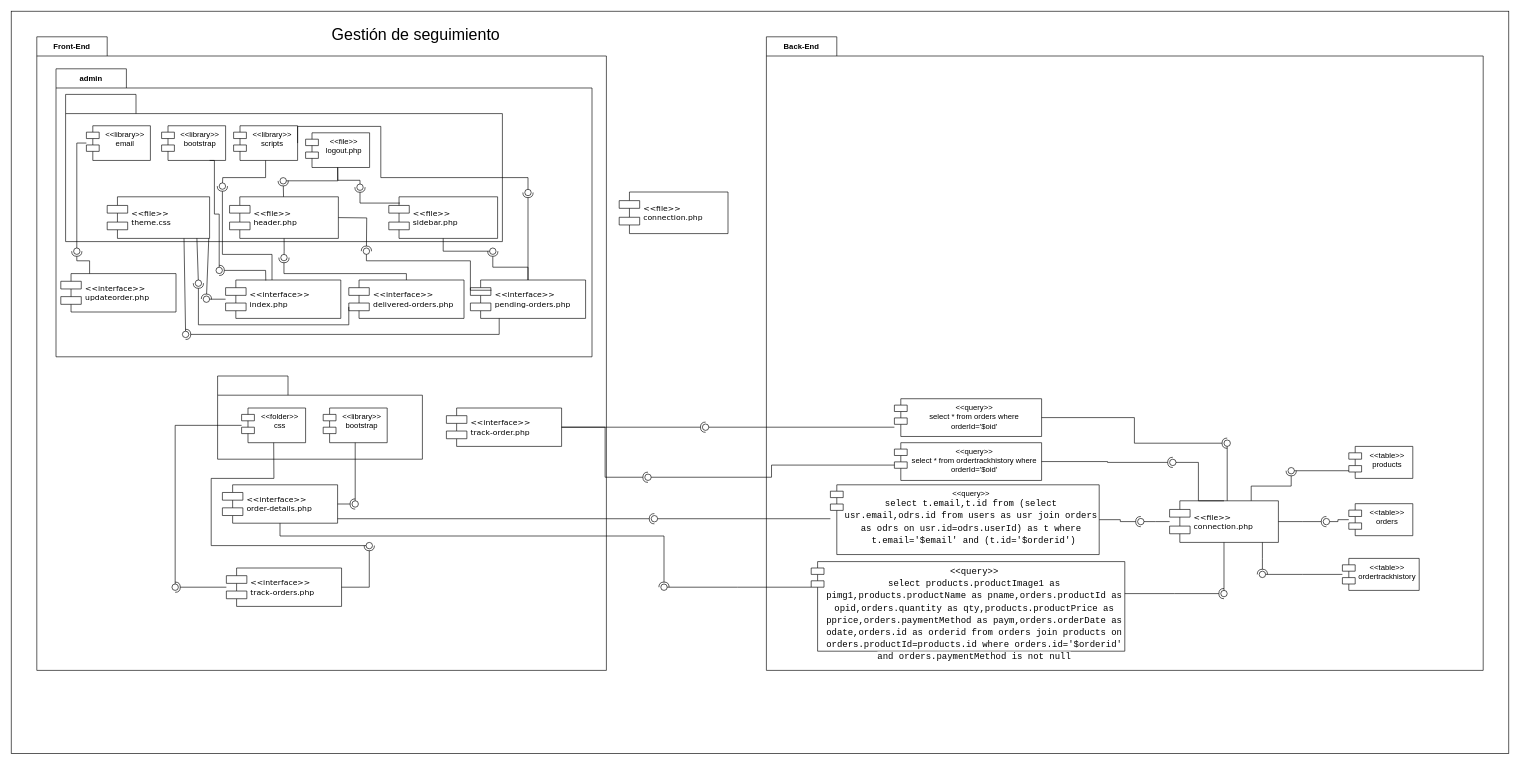
Earlier version of the draw.io diagram Diagramas/DiagramaNuevoJorge.drawio (JorgeADnro/Torres). Source tidied: cells renumbered, new cells numbered last; positions are measured from the earlier drawing's top-left corner, leaving out a move shared by most shapes. Both pictures are drawn from the tidied source at 64%, with x=0, y=0 at pixel (11, 11).
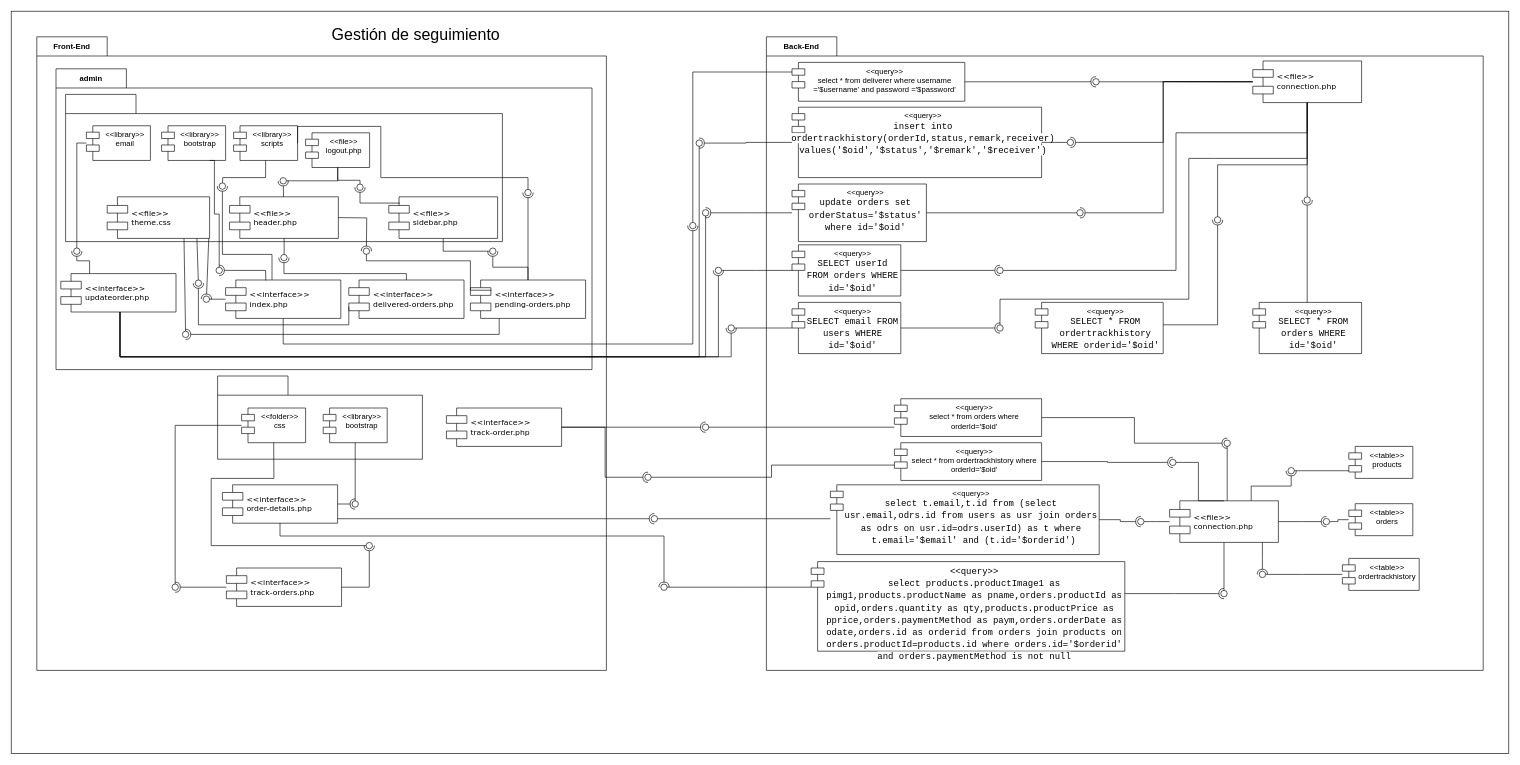
Above is the later version.

The change refers to these unchanged cells:
```xml
<mxCell id="10" value="&amp;lt;&amp;lt;interface&amp;gt;&amp;gt;&lt;br&gt;index.php" style="shape=component;align=left;spacingLeft=36;rounded=0;shadow=0;comic=0;labelBackgroundColor=none;strokeWidth=1;fontFamily=Verdana;fontSize=12;html=1;" parent="1" vertex="1">
  <mxGeometry x="335" y="420" width="180" height="60" as="geometry" />
</mxCell>
<mxCell id="23" value="&amp;lt;&amp;lt;interface&amp;gt;&amp;gt;&lt;br&gt;updateorder.php" style="shape=component;align=left;spacingLeft=36;rounded=0;shadow=0;comic=0;labelBackgroundColor=none;strokeWidth=1;fontFamily=Verdana;fontSize=12;html=1;" parent="1" vertex="1">
  <mxGeometry x="77.5" y="410" width="180" height="60" as="geometry" />
</mxCell>
```

Diff of the diagram source:
```diff
@@
     <mxCell id="6" value="admin" style="shape=folder;fontStyle=1;tabWidth=110;tabHeight=30;tabPosition=left;html=1;boundedLbl=1;labelInHeader=1;whiteSpace=wrap;" parent="1" vertex="1">
-      <mxGeometry x="70" y="90" width="837.5" height="450" as="geometry" />
+      <mxGeometry x="70" y="90" width="837.5" height="470" as="geometry" />
     </mxCell>
@@
-    <mxCell id="20" value="&amp;lt;&amp;lt;file&amp;gt;&amp;gt;&lt;br&gt;connection.php" style="shape=component;align=left;spacingLeft=36;rounded=0;shadow=0;comic=0;labelBackgroundColor=none;strokeWidth=1;fontFamily=Verdana;fontSize=12;html=1;" parent="1" vertex="1">
-      <mxGeometry x="950" y="282.5" width="170" height="65" as="geometry" />
-    </mxCell>
@@
+    <mxCell id="20" value="&amp;lt;&amp;lt;file&amp;gt;&amp;gt;&lt;br&gt;connection.php" style="shape=component;align=left;spacingLeft=36;rounded=0;shadow=0;comic=0;labelBackgroundColor=none;strokeWidth=1;fontFamily=Verdana;fontSize=12;html=1;" parent="1" vertex="1">
+      <mxGeometry x="1940" y="77.8" width="170" height="65" as="geometry" />
+    </mxCell>
+    <mxCell id="121" value="&amp;lt;&amp;lt;query&amp;gt;&amp;gt;&lt;br&gt;select * from deliverer where username ='$username' and password ='$password'" style="shape=module;align=left;spacingLeft=20;align=center;verticalAlign=top;whiteSpace=wrap;html=1;" parent="1" vertex="1">
+      <mxGeometry x="1220" y="80" width="270" height="60.7" as="geometry" />
+    </mxCell>
+    <mxCell id="122" style="rounded=0;jettySize=auto;html=1;endArrow=halfCircle;endFill=0;endSize=6;strokeWidth=1;sketch=0;edgeStyle=elbowEdgeStyle;elbow=vertical;" parent="1" edge="1" source="10" target="124">
+      <mxGeometry relative="1" as="geometry">
+        <Array as="points">
+          <mxPoint x="740" y="520" />
+        </Array>
+      </mxGeometry>
+    </mxCell>
+    <mxCell id="123" style="rounded=0;jettySize=auto;html=1;endArrow=oval;endFill=0;sketch=0;sourcePerimeterSpacing=0;targetPerimeterSpacing=0;endSize=10;edgeStyle=elbowEdgeStyle;elbow=vertical;exitX=0;exitY=0;exitDx=0;exitDy=15;exitPerimeter=0;" parent="1" edge="1" source="121" target="124">
+      <mxGeometry relative="1" as="geometry">
+        <Array as="points">
+          <mxPoint x="1240" y="95" />
+        </Array>
+      </mxGeometry>
+    </mxCell>
+    <mxCell id="124" style="ellipse;whiteSpace=wrap;html=1;align=center;fillColor=none;strokeColor=none;perimeter=centerPerimeter;points=[];outlineConnect=1;" parent="1" vertex="1">
+      <mxGeometry x="1060" y="330" width="10" height="10" as="geometry" />
+    </mxCell>
+    <mxCell id="125" value="&amp;lt;&amp;lt;query&amp;gt;&amp;gt;&lt;br&gt;&lt;div style=&quot;font-family: Consolas, &amp;quot;Courier New&amp;quot;, monospace; font-size: 14px; line-height: 19px;&quot;&gt;&lt;span style=&quot;background-color: rgb(255, 255, 255);&quot;&gt;insert into ordertrackhistory(orderId,status,remark,receiver) values('$oid','$status','$remark','$receiver')&lt;/span&gt;&lt;/div&gt;" style="shape=module;align=left;spacingLeft=20;align=center;verticalAlign=top;whiteSpace=wrap;html=1;" parent="1" vertex="1">
+      <mxGeometry x="1220" y="150" width="390" height="110" as="geometry" />
+    </mxCell>
+    <mxCell id="126" value="&amp;lt;&amp;lt;query&amp;gt;&amp;gt;&lt;br&gt;&lt;div style=&quot;font-family: Consolas, &amp;quot;Courier New&amp;quot;, monospace; font-size: 14px; line-height: 19px;&quot;&gt;&lt;span style=&quot;background-color: rgb(255, 255, 255);&quot;&gt;update orders set orderStatus='$status' where id='$oid'&lt;/span&gt;&lt;/div&gt;" style="shape=module;align=left;spacingLeft=20;align=center;verticalAlign=top;whiteSpace=wrap;html=1;" parent="1" vertex="1">
+      <mxGeometry x="1220" y="270" width="210" height="90" as="geometry" />
+    </mxCell>
+    <mxCell id="127" value="&amp;lt;&amp;lt;query&amp;gt;&amp;gt;&lt;br&gt;&lt;div style=&quot;font-family: Consolas, &amp;quot;Courier New&amp;quot;, monospace; font-size: 14px; line-height: 19px;&quot;&gt;&lt;span style=&quot;background-color: rgb(255, 255, 255);&quot;&gt;SELECT userId FROM orders WHERE id='$oid'&lt;/span&gt;&lt;/div&gt;" style="shape=module;align=left;spacingLeft=20;align=center;verticalAlign=top;whiteSpace=wrap;html=1;" parent="1" vertex="1">
+      <mxGeometry x="1220" y="365" width="170" height="80" as="geometry" />
+    </mxCell>
+    <mxCell id="128" value="&amp;lt;&amp;lt;query&amp;gt;&amp;gt;&lt;br&gt;&lt;div style=&quot;font-family: Consolas, &amp;quot;Courier New&amp;quot;, monospace; font-size: 14px; line-height: 19px;&quot;&gt;&lt;span style=&quot;background-color: rgb(255, 255, 255);&quot;&gt;SELECT email FROM users WHERE id='$oid'&lt;/span&gt;&lt;/div&gt;" style="shape=module;align=left;spacingLeft=20;align=center;verticalAlign=top;whiteSpace=wrap;html=1;" parent="1" vertex="1">
+      <mxGeometry x="1220" y="455" width="170" height="80" as="geometry" />
+    </mxCell>
+    <mxCell id="129" style="rounded=0;jettySize=auto;html=1;endArrow=halfCircle;endFill=0;endSize=6;strokeWidth=1;sketch=0;edgeStyle=elbowEdgeStyle;" parent="1" edge="1" source="125" target="131">
+      <mxGeometry relative="1" as="geometry" />
+    </mxCell>
+    <mxCell id="130" style="rounded=0;jettySize=auto;html=1;endArrow=oval;endFill=0;sketch=0;sourcePerimeterSpacing=0;targetPerimeterSpacing=0;endSize=10;edgeStyle=elbowEdgeStyle;" parent="1" edge="1" source="23" target="131">
+      <mxGeometry relative="1" as="geometry">
+        <Array as="points">
+          <mxPoint x="170" y="540" />
+        </Array>
+      </mxGeometry>
+    </mxCell>
+    <mxCell id="131" style="ellipse;whiteSpace=wrap;html=1;align=center;fillColor=none;strokeColor=none;perimeter=centerPerimeter;points=[];outlineConnect=1;" parent="1" vertex="1">
+      <mxGeometry x="1070" y="201.1" width="10" height="10" as="geometry" />
+    </mxCell>
+    <mxCell id="132" style="rounded=0;jettySize=auto;html=1;endArrow=halfCircle;endFill=0;endSize=6;strokeWidth=1;sketch=0;edgeStyle=elbowEdgeStyle;" parent="1" edge="1" source="126" target="134">
+      <mxGeometry relative="1" as="geometry" />
+    </mxCell>
+    <mxCell id="133" style="rounded=0;jettySize=auto;html=1;endArrow=oval;endFill=0;sketch=0;sourcePerimeterSpacing=0;targetPerimeterSpacing=0;endSize=10;edgeStyle=elbowEdgeStyle;" parent="1" edge="1" source="23" target="134">
+      <mxGeometry relative="1" as="geometry">
+        <Array as="points">
+          <mxPoint x="170" y="540" />
+        </Array>
+      </mxGeometry>
+    </mxCell>
+    <mxCell id="134" style="ellipse;whiteSpace=wrap;html=1;align=center;fillColor=none;strokeColor=none;perimeter=centerPerimeter;points=[];outlineConnect=1;" parent="1" vertex="1">
+      <mxGeometry x="1080" y="310" width="10" height="10" as="geometry" />
+    </mxCell>
+    <mxCell id="135" style="rounded=0;jettySize=auto;html=1;endArrow=halfCircle;endFill=0;endSize=6;strokeWidth=1;sketch=0;edgeStyle=elbowEdgeStyle;" parent="1" edge="1" source="23" target="137">
+      <mxGeometry relative="1" as="geometry">
+        <Array as="points">
+          <mxPoint x="170" y="540" />
+        </Array>
+      </mxGeometry>
+    </mxCell>
+    <mxCell id="136" style="rounded=0;jettySize=auto;html=1;endArrow=oval;endFill=0;sketch=0;sourcePerimeterSpacing=0;targetPerimeterSpacing=0;endSize=10;edgeStyle=elbowEdgeStyle;" parent="1" edge="1" source="127" target="137">
+      <mxGeometry relative="1" as="geometry" />
+    </mxCell>
+    <mxCell id="137" style="ellipse;whiteSpace=wrap;html=1;align=center;fillColor=none;strokeColor=none;perimeter=centerPerimeter;points=[];outlineConnect=1;" parent="1" vertex="1">
+      <mxGeometry x="1100" y="400" width="10" height="10" as="geometry" />
+    </mxCell>
+    <mxCell id="138" style="rounded=0;jettySize=auto;html=1;endArrow=halfCircle;endFill=0;endSize=6;strokeWidth=1;sketch=0;edgeStyle=elbowEdgeStyle;" parent="1" edge="1" source="23" target="140">
+      <mxGeometry relative="1" as="geometry">
+        <Array as="points">
+          <mxPoint x="170" y="540" />
+        </Array>
+      </mxGeometry>
+    </mxCell>
+    <mxCell id="139" style="rounded=0;jettySize=auto;html=1;endArrow=oval;endFill=0;sketch=0;sourcePerimeterSpacing=0;targetPerimeterSpacing=0;endSize=10;edgeStyle=elbowEdgeStyle;" parent="1" edge="1" source="128" target="140">
+      <mxGeometry relative="1" as="geometry" />
+    </mxCell>
+    <mxCell id="140" style="ellipse;whiteSpace=wrap;html=1;align=center;fillColor=none;strokeColor=none;perimeter=centerPerimeter;points=[];outlineConnect=1;" parent="1" vertex="1">
+      <mxGeometry x="1120" y="490" width="10" height="10" as="geometry" />
+    </mxCell>
+    <mxCell id="141" value="&amp;lt;&amp;lt;query&amp;gt;&amp;gt;&lt;br&gt;&lt;div style=&quot;font-family: Consolas, &amp;quot;Courier New&amp;quot;, monospace; font-size: 14px; line-height: 19px;&quot;&gt;&lt;span style=&quot;background-color: rgb(255, 255, 255);&quot;&gt;SELECT * FROM ordertrackhistory WHERE orderid='$oid'&lt;/span&gt;&lt;/div&gt;" style="shape=module;align=left;spacingLeft=20;align=center;verticalAlign=top;whiteSpace=wrap;html=1;" parent="1" vertex="1">
+      <mxGeometry x="1600" y="455" width="200" height="80" as="geometry" />
+    </mxCell>
+    <mxCell id="142" value="&amp;lt;&amp;lt;query&amp;gt;&amp;gt;&lt;br&gt;&lt;div style=&quot;font-family: Consolas, &amp;quot;Courier New&amp;quot;, monospace; font-size: 14px; line-height: 19px;&quot;&gt;&lt;span style=&quot;background-color: rgb(255, 255, 255);&quot;&gt;SELECT * FROM orders WHERE id='$oid'&lt;/span&gt;&lt;/div&gt;" style="shape=module;align=left;spacingLeft=20;align=center;verticalAlign=top;whiteSpace=wrap;html=1;" parent="1" vertex="1">
+      <mxGeometry x="1940" y="455" width="170" height="80" as="geometry" />
+    </mxCell>
+    <mxCell id="143" style="rounded=0;jettySize=auto;html=1;endArrow=halfCircle;endFill=0;endSize=6;strokeWidth=1;sketch=0;edgeStyle=elbowEdgeStyle;elbow=vertical;" parent="1" edge="1" source="142" target="145">
+      <mxGeometry relative="1" as="geometry" />
+    </mxCell>
+    <mxCell id="144" style="rounded=0;jettySize=auto;html=1;endArrow=oval;endFill=0;sketch=0;sourcePerimeterSpacing=0;targetPerimeterSpacing=0;endSize=10;edgeStyle=elbowEdgeStyle;elbow=vertical;" parent="1" edge="1" source="20" target="145">
+      <mxGeometry relative="1" as="geometry" />
+    </mxCell>
+    <mxCell id="145" style="ellipse;whiteSpace=wrap;html=1;align=center;fillColor=none;strokeColor=none;perimeter=centerPerimeter;points=[];outlineConnect=1;" parent="1" vertex="1">
+      <mxGeometry x="2020" y="290" width="10" height="10" as="geometry" />
+    </mxCell>
+    <mxCell id="146" style="rounded=0;jettySize=auto;html=1;endArrow=halfCircle;endFill=0;endSize=6;strokeWidth=1;sketch=0;edgeStyle=elbowEdgeStyle;elbow=vertical;" parent="1" edge="1" source="141" target="148">
+      <mxGeometry relative="1" as="geometry">
+        <Array as="points">
+          <mxPoint x="1885" y="490" />
+        </Array>
+      </mxGeometry>
+    </mxCell>
+    <mxCell id="147" style="rounded=0;jettySize=auto;html=1;endArrow=oval;endFill=0;sketch=0;sourcePerimeterSpacing=0;targetPerimeterSpacing=0;endSize=10;edgeStyle=elbowEdgeStyle;elbow=vertical;" parent="1" edge="1" source="20" target="148">
+      <mxGeometry relative="1" as="geometry">
+        <Array as="points">
+          <mxPoint x="1920" y="240" />
+        </Array>
+      </mxGeometry>
+    </mxCell>
+    <mxCell id="148" style="ellipse;whiteSpace=wrap;html=1;align=center;fillColor=none;strokeColor=none;perimeter=centerPerimeter;points=[];outlineConnect=1;" parent="1" vertex="1">
+      <mxGeometry x="1880" y="321" width="10" height="10" as="geometry" />
+    </mxCell>
+    <mxCell id="149" style="rounded=0;jettySize=auto;html=1;endArrow=halfCircle;endFill=0;endSize=6;strokeWidth=1;sketch=0;" parent="1" edge="1" source="128" target="151">
+      <mxGeometry relative="1" as="geometry" />
+    </mxCell>
+    <mxCell id="150" style="rounded=0;jettySize=auto;html=1;endArrow=oval;endFill=0;sketch=0;sourcePerimeterSpacing=0;targetPerimeterSpacing=0;endSize=10;" parent="1" edge="1" source="20" target="151">
+      <mxGeometry relative="1" as="geometry">
+        <Array as="points">
+          <mxPoint x="2025" y="230" />
+          <mxPoint x="1880" y="230" />
+          <mxPoint x="1840" y="230" />
+          <mxPoint x="1840" y="450" />
+          <mxPoint x="1740" y="450" />
+          <mxPoint x="1545" y="450" />
+        </Array>
+      </mxGeometry>
+    </mxCell>
+    <mxCell id="151" style="ellipse;whiteSpace=wrap;html=1;align=center;fillColor=none;strokeColor=none;perimeter=centerPerimeter;points=[];outlineConnect=1;" parent="1" vertex="1">
+      <mxGeometry x="1540" y="490" width="10" height="10" as="geometry" />
+    </mxCell>
+    <mxCell id="152" style="rounded=0;jettySize=auto;html=1;endArrow=halfCircle;endFill=0;endSize=6;strokeWidth=1;sketch=0;" parent="1" edge="1" source="127" target="154">
+      <mxGeometry relative="1" as="geometry" />
+    </mxCell>
+    <mxCell id="153" style="rounded=0;jettySize=auto;html=1;endArrow=oval;endFill=0;sketch=0;sourcePerimeterSpacing=0;targetPerimeterSpacing=0;endSize=10;" parent="1" edge="1" source="20" target="154">
+      <mxGeometry relative="1" as="geometry">
+        <Array as="points">
+          <mxPoint x="2025" y="190" />
+          <mxPoint x="1820" y="190" />
+          <mxPoint x="1820" y="405" />
+        </Array>
+      </mxGeometry>
+    </mxCell>
+    <mxCell id="154" style="ellipse;whiteSpace=wrap;html=1;align=center;fillColor=none;strokeColor=none;perimeter=centerPerimeter;points=[];outlineConnect=1;" parent="1" vertex="1">
+      <mxGeometry x="1540" y="400" width="10" height="10" as="geometry" />
+    </mxCell>
+    <mxCell id="155" style="rounded=0;jettySize=auto;html=1;endArrow=halfCircle;endFill=0;endSize=6;strokeWidth=1;sketch=0;" parent="1" edge="1" source="121" target="157">
+      <mxGeometry relative="1" as="geometry" />
+    </mxCell>
+    <mxCell id="156" style="rounded=0;jettySize=auto;html=1;endArrow=oval;endFill=0;sketch=0;sourcePerimeterSpacing=0;targetPerimeterSpacing=0;endSize=10;" parent="1" edge="1" source="20" target="157">
+      <mxGeometry relative="1" as="geometry" />
+    </mxCell>
+    <mxCell id="157" style="ellipse;whiteSpace=wrap;html=1;align=center;fillColor=none;strokeColor=none;perimeter=centerPerimeter;points=[];outlineConnect=1;" parent="1" vertex="1">
+      <mxGeometry x="1690" y="105.3" width="10" height="10" as="geometry" />
+    </mxCell>
+    <mxCell id="158" style="rounded=0;jettySize=auto;html=1;endArrow=halfCircle;endFill=0;endSize=6;strokeWidth=1;sketch=0;" parent="1" edge="1" source="20" target="160">
+      <mxGeometry relative="1" as="geometry">
+        <Array as="points">
+          <mxPoint x="1800" y="110" />
+          <mxPoint x="1800" y="205" />
+        </Array>
+      </mxGeometry>
+    </mxCell>
+    <mxCell id="159" style="rounded=0;jettySize=auto;html=1;endArrow=oval;endFill=0;sketch=0;sourcePerimeterSpacing=0;targetPerimeterSpacing=0;endSize=10;" parent="1" edge="1" source="125" target="160">
+      <mxGeometry relative="1" as="geometry" />
+    </mxCell>
+    <mxCell id="160" style="ellipse;whiteSpace=wrap;html=1;align=center;fillColor=none;strokeColor=none;perimeter=centerPerimeter;points=[];outlineConnect=1;" parent="1" vertex="1">
+      <mxGeometry x="1650" y="200" width="10" height="10" as="geometry" />
+    </mxCell>
+    <mxCell id="161" style="rounded=0;jettySize=auto;html=1;endArrow=halfCircle;endFill=0;endSize=6;strokeWidth=1;sketch=0;" parent="1" edge="1" source="20" target="163">
+      <mxGeometry relative="1" as="geometry">
+        <Array as="points">
+          <mxPoint x="1800" y="110" />
+          <mxPoint x="1800" y="315" />
+        </Array>
+      </mxGeometry>
+    </mxCell>
+    <mxCell id="162" style="rounded=0;jettySize=auto;html=1;endArrow=oval;endFill=0;sketch=0;sourcePerimeterSpacing=0;targetPerimeterSpacing=0;endSize=10;" parent="1" edge="1" source="126" target="163">
+      <mxGeometry relative="1" as="geometry" />
+    </mxCell>
+    <mxCell id="163" style="ellipse;whiteSpace=wrap;html=1;align=center;fillColor=none;strokeColor=none;perimeter=centerPerimeter;points=[];outlineConnect=1;" parent="1" vertex="1">
+      <mxGeometry x="1665" y="310" width="10" height="10" as="geometry" />
+    </mxCell>
```
